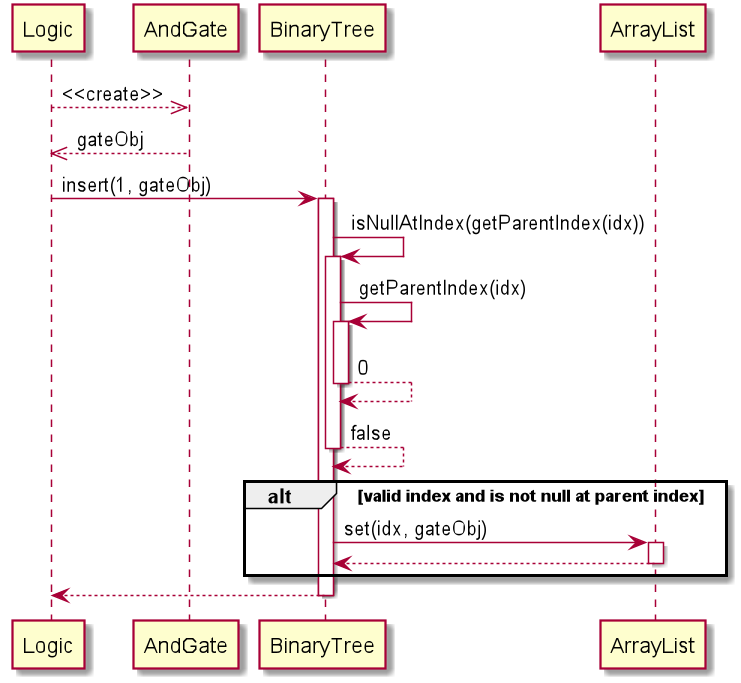
Before: docs/diagrams/BinaryTreeInsertSequenceDiagram.png, a diagram exported from PlantUML (sevenseasofbri/tp).
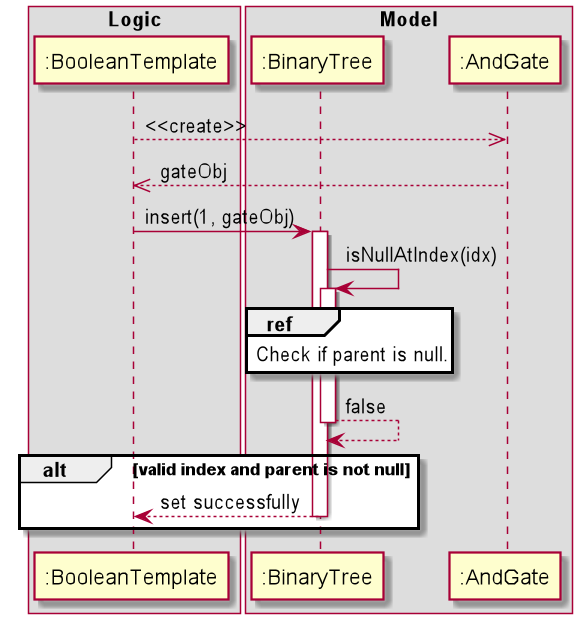
The same diagram one commit later.

Commit message:
Refactor binarytree print and update devguide

What changed in the source:
```diff
@@ -1,15 +1,23 @@
 @startuml
+box Logic
+participant ":BooleanTemplate" as BooleanTemplate
+end box
+
+box Model
+participant ":BinaryTree" as BinaryTree
+participant ":AndGate" as AndGate
+end box
 autoactivate on
-Logic -->>AndGate: <<create>>
+BooleanTemplate -->>AndGate: <<create>>
 return gateObj
-Logic -> BinaryTree : insert(1, gateObj)
-BinaryTree -> BinaryTree : isNullAtIndex(getParentIndex(idx))
-BinaryTree -> BinaryTree : getParentIndex(idx)
-return 0
+
+BooleanTemplate -> BinaryTree : insert(1, gateObj)
+BinaryTree -> BinaryTree : isNullAtIndex(idx)
+ref over BinaryTree
+Check if parent is null.
+end
 return false
-alt valid index and is not null at parent index
-BinaryTree -> ArrayList : set(idx, gateObj)
-return
+alt valid index and parent is not null
+return set successfully
 end
-return
 @enduml
```
